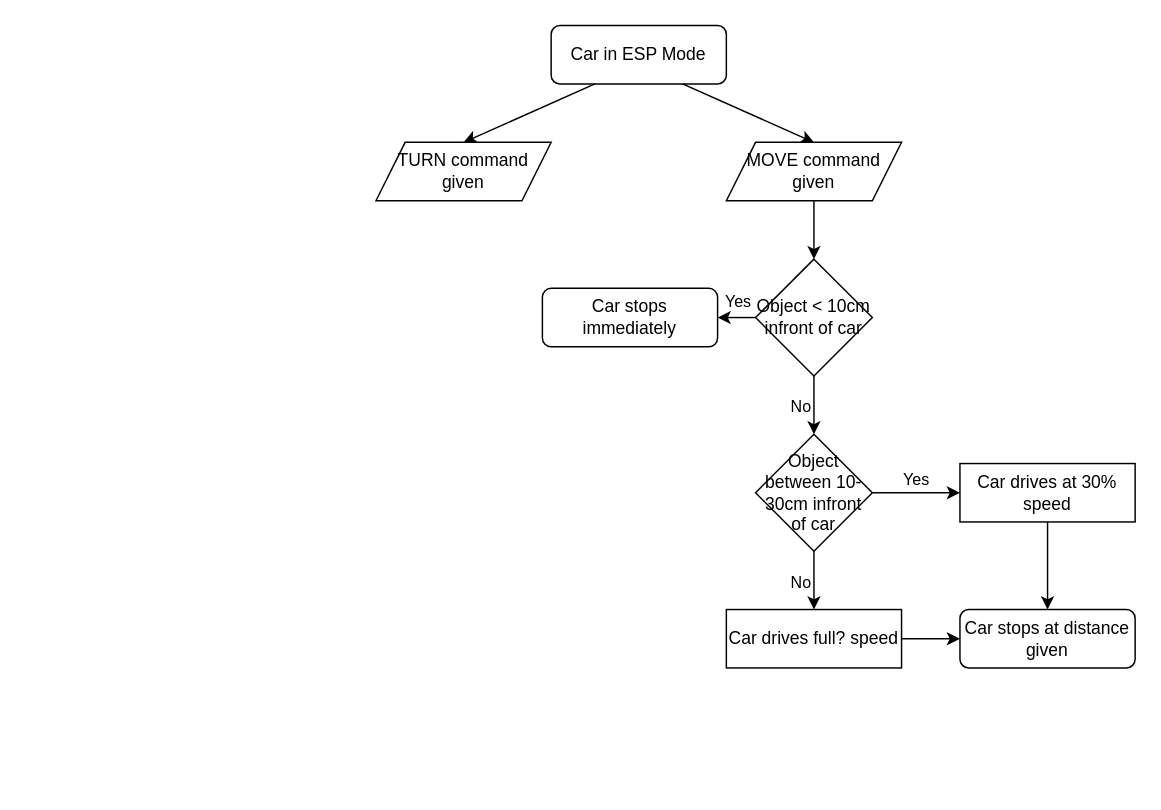
Earlier version of the draw.io diagram flowchart/flowchart_wip.drawio (ZackedBy/smart-vehicle). Source tidied: cells renumbered, new cells numbered last; positions are measured from the earlier drawing's top-left corner, leaving out a move shared by most shapes. Both pictures are drawn from the tidied source at 146%, with x=0, y=0 at pixel (375, 25).
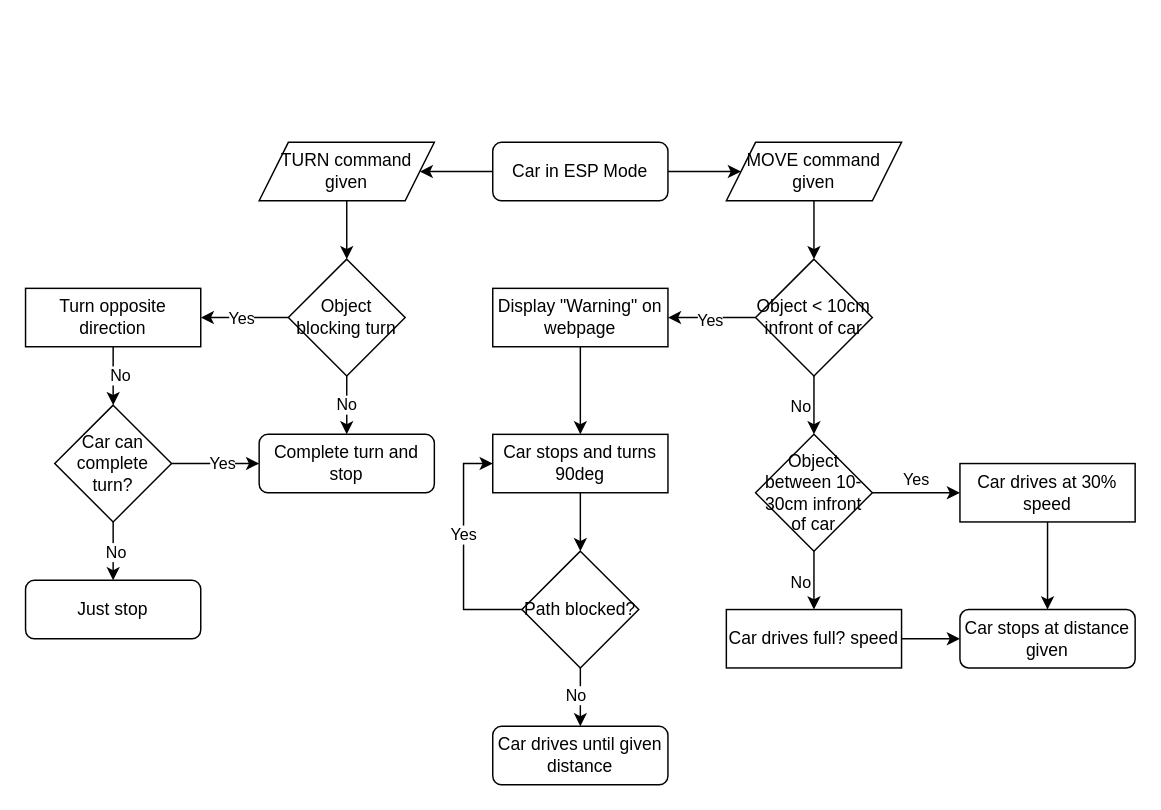
The same page after the edit.

Commit message (it also covers changes not shown here):
feat: flowchart complete

The change refers to these unchanged cells:
```xml
<mxCell id="4" value="MOVE command given" style="shape=parallelogram;perimeter=parallelogramPerimeter;whiteSpace=wrap;html=1;fixedSize=1;" parent="1" vertex="1">
  <mxGeometry x="240" y="80" width="120" height="40" as="geometry" />
</mxCell>
<mxCell id="7" value="&lt;div&gt;Object &amp;lt; 10cm&lt;/div&gt;&lt;div&gt;infront of car&lt;br&gt;&lt;/div&gt;" style="rhombus;whiteSpace=wrap;html=1;" parent="1" vertex="1">
  <mxGeometry x="260" y="160" width="80" height="80" as="geometry" />
</mxCell>
```

Diff of the diagram source:
```diff
@@
     <mxCell id="2" value="Car in ESP Mode" style="rounded=1;whiteSpace=wrap;html=1;" parent="1" vertex="1">
-      <mxGeometry x="120" width="120" height="40" as="geometry" />
+      <mxGeometry x="80" y="80" width="120" height="40" as="geometry" />
     </mxCell>
     <mxCell id="3" value="TURN command given" style="shape=parallelogram;perimeter=parallelogramPerimeter;whiteSpace=wrap;html=1;fixedSize=1;" parent="1" vertex="1">
-      <mxGeometry y="80" width="120" height="40" as="geometry" />
+      <mxGeometry x="-80" y="80" width="120" height="40" as="geometry" />
     </mxCell>
@@
-    <mxCell id="5" style="endArrow=classic;html=1;rounded=0;exitX=0.25;exitY=1;exitDx=0;exitDy=0;entryX=0.5;entryY=0;entryDx=0;entryDy=0;" parent="1" edge="1" source="2" target="3">
+    <mxCell id="5" style="endArrow=classic;html=1;rounded=0;exitX=0;exitY=0.5;exitDx=0;exitDy=0;entryX=1;entryY=0.5;entryDx=0;entryDy=0;" parent="1" edge="1" source="2" target="3">
       <mxGeometry relative="1" as="geometry" />
     </mxCell>
-    <mxCell id="6" style="endArrow=classic;html=1;rounded=0;exitX=0.75;exitY=1;exitDx=0;exitDy=0;entryX=0.5;entryY=0;entryDx=0;entryDy=0;" parent="1" edge="1" source="2" target="4">
+    <mxCell id="6" style="endArrow=classic;html=1;rounded=0;exitX=1;exitY=0.5;exitDx=0;exitDy=0;entryX=0;entryY=0.5;entryDx=0;entryDy=0;" parent="1" edge="1" source="2" target="4">
       <mxGeometry relative="1" as="geometry" />
     </mxCell>
@@
-    <mxCell id="8" style="endArrow=classic;html=1;rounded=0;exitX=0.5;exitY=1;exitDx=0;exitDy=0;entryX=0.5;entryY=0;entryDx=0;entryDy=0;" parent="1" edge="1" source="4" target="7">
-      <mxGeometry relative="1" as="geometry" />
-    </mxCell>
-    <mxCell id="9" value="Car stops immediately" style="rounded=1;whiteSpace=wrap;html=1;" parent="1" vertex="1">
-      <mxGeometry x="114" y="180" width="120" height="40" as="geometry" />
-    </mxCell>
-    <mxCell id="10" style="endArrow=classic;html=1;rounded=0;entryX=1;entryY=0.5;entryDx=0;entryDy=0;" parent="1" edge="1" target="9">
-      <mxGeometry relative="1" as="geometry">
-        <mxPoint x="260" y="200" as="sourcePoint" />
-      </mxGeometry>
-    </mxCell>
-    <mxCell id="11" value="Yes" style="edgeLabel;html=1;align=center;verticalAlign=middle;" parent="10" vertex="1">
-      <mxGeometry y="-1" relative="1" as="geometry">
-        <mxPoint y="-11" as="offset" />
-      </mxGeometry>
-    </mxCell>
@@
+    <mxCell id="24" value="Object blocking turn" style="rhombus;whiteSpace=wrap;html=1;" parent="1" vertex="1">
+      <mxGeometry x="-60" y="160" width="80" height="80" as="geometry" />
+    </mxCell>
+    <mxCell id="25" style="endArrow=classic;html=1;rounded=0;exitX=0.5;exitY=1;exitDx=0;exitDy=0;entryX=0.5;entryY=0;entryDx=0;entryDy=0;" parent="1" edge="1" source="3" target="24">
+      <mxGeometry relative="1" as="geometry" />
+    </mxCell>
+    <mxCell id="8" style="endArrow=classic;html=1;rounded=0;exitX=0.5;exitY=1;exitDx=0;exitDy=0;entryX=0.5;entryY=0;entryDx=0;entryDy=0;" parent="1" edge="1" source="4" target="7">
+      <mxGeometry relative="1" as="geometry" />
+    </mxCell>
+    <mxCell id="26" value="Complete turn and stop" style="rounded=1;whiteSpace=wrap;html=1;" parent="1" vertex="1">
+      <mxGeometry x="-80" y="280" width="120" height="40" as="geometry" />
+    </mxCell>
+    <mxCell id="27" style="endArrow=classic;html=1;rounded=0;exitX=0;exitY=0.5;exitDx=0;exitDy=0;entryX=1;entryY=0.5;entryDx=0;entryDy=0;" parent="1" edge="1" source="7" target="30">
+      <mxGeometry relative="1" as="geometry" />
+    </mxCell>
+    <mxCell id="28" value="&lt;div&gt;Yes&lt;/div&gt;" style="edgeLabel;html=1;align=center;verticalAlign=middle;" parent="27" vertex="1">
+      <mxGeometry x="0.07" y="1" relative="1" as="geometry" />
+    </mxCell>
+    <mxCell id="29" value="Car stops and turns 90deg" style="rounded=0;whiteSpace=wrap;html=1;" parent="1" vertex="1">
+      <mxGeometry x="80" y="280" width="120" height="40" as="geometry" />
+    </mxCell>
+    <mxCell id="30" value="Display &quot;Warning&quot; on webpage" style="rounded=0;whiteSpace=wrap;html=1;" parent="1" vertex="1">
+      <mxGeometry x="80" y="180" width="120" height="40" as="geometry" />
+    </mxCell>
+    <mxCell id="31" style="endArrow=classic;html=1;rounded=0;exitX=0.5;exitY=1;exitDx=0;exitDy=0;entryX=0.5;entryY=0;entryDx=0;entryDy=0;" parent="1" edge="1" source="24" target="26">
+      <mxGeometry relative="1" as="geometry" />
+    </mxCell>
+    <mxCell id="32" value="No" style="edgeLabel;html=1;align=center;verticalAlign=middle;" parent="31" vertex="1">
+      <mxGeometry x="-0.07" y="-1" relative="1" as="geometry" />
+    </mxCell>
+    <mxCell id="33" value="Path blocked?" style="rhombus;whiteSpace=wrap;html=1;" parent="1" vertex="1">
+      <mxGeometry x="100" y="360" width="80" height="80" as="geometry" />
+    </mxCell>
+    <mxCell id="34" value="Car drives until given distance" style="rounded=1;whiteSpace=wrap;html=1;" parent="1" vertex="1">
+      <mxGeometry x="80" y="480" width="120" height="40" as="geometry" />
+    </mxCell>
+    <mxCell id="35" style="endArrow=classic;html=1;rounded=0;exitX=0.5;exitY=1;exitDx=0;exitDy=0;entryX=0.5;entryY=0;entryDx=0;entryDy=0;" parent="1" edge="1" source="33" target="34">
+      <mxGeometry relative="1" as="geometry" />
+    </mxCell>
+    <mxCell id="36" value="No" style="edgeLabel;html=1;align=center;verticalAlign=middle;" parent="35" vertex="1">
+      <mxGeometry x="-0.1" y="-4" relative="1" as="geometry" />
+    </mxCell>
+    <mxCell id="37" style="endArrow=classic;html=1;rounded=0;exitX=0.5;exitY=1;exitDx=0;exitDy=0;entryX=0.5;entryY=0;entryDx=0;entryDy=0;" parent="1" edge="1" source="29" target="33">
+      <mxGeometry relative="1" as="geometry" />
+    </mxCell>
+    <mxCell id="38" style="endArrow=classic;html=1;rounded=0;exitX=0.5;exitY=1;exitDx=0;exitDy=0;entryX=0.5;entryY=0;entryDx=0;entryDy=0;" parent="1" edge="1" source="30" target="29">
+      <mxGeometry relative="1" as="geometry" />
+    </mxCell>
+    <mxCell id="39" style="endArrow=classic;html=1;rounded=0;exitX=0;exitY=0.5;exitDx=0;exitDy=0;entryX=0;entryY=0.5;entryDx=0;entryDy=0;" parent="1" edge="1" source="33" target="29">
+      <mxGeometry relative="1" as="geometry">
+        <Array as="points">
+          <mxPoint x="60" y="400" />
+          <mxPoint x="60" y="300" />
+        </Array>
+      </mxGeometry>
+    </mxCell>
+    <mxCell id="40" value="Yes" style="edgeLabel;html=1;align=center;verticalAlign=middle;" parent="39" vertex="1">
+      <mxGeometry x="0.15" y="1" relative="1" as="geometry" />
+    </mxCell>
+    <mxCell id="41" style="endArrow=classic;html=1;rounded=0;exitX=0;exitY=0.5;exitDx=0;exitDy=0;entryX=1;entryY=0.5;entryDx=0;entryDy=0;" parent="1" edge="1" source="24" target="43">
+      <mxGeometry relative="1" as="geometry" />
+    </mxCell>
+    <mxCell id="42" value="Yes" style="edgeLabel;html=1;align=center;verticalAlign=middle;" parent="41" vertex="1">
+      <mxGeometry x="0.1" relative="1" as="geometry" />
+    </mxCell>
+    <mxCell id="43" value="Turn opposite direction" style="rounded=0;whiteSpace=wrap;html=1;" parent="1" vertex="1">
+      <mxGeometry x="-240" y="180" width="120" height="40" as="geometry" />
+    </mxCell>
+    <mxCell id="44" value="Car can complete turn?" style="rhombus;whiteSpace=wrap;html=1;" parent="1" vertex="1">
+      <mxGeometry x="-220" y="260" width="80" height="80" as="geometry" />
+    </mxCell>
+    <mxCell id="45" style="endArrow=classic;html=1;rounded=0;exitX=1;exitY=0.5;exitDx=0;exitDy=0;entryX=0;entryY=0.5;entryDx=0;entryDy=0;" parent="1" edge="1" source="44" target="26">
+      <mxGeometry relative="1" as="geometry" />
+    </mxCell>
+    <mxCell id="46" value="Yes" style="edgeLabel;html=1;align=center;verticalAlign=middle;" parent="45" vertex="1">
+      <mxGeometry x="0.13" y="1" relative="1" as="geometry" />
+    </mxCell>
+    <mxCell id="47" style="endArrow=classic;html=1;rounded=0;exitX=0.5;exitY=1;exitDx=0;exitDy=0;entryX=0.5;entryY=0;entryDx=0;entryDy=0;" parent="1" edge="1" source="43" target="44">
+      <mxGeometry relative="1" as="geometry" />
+    </mxCell>
+    <mxCell id="48" value="No" style="edgeLabel;html=1;align=center;verticalAlign=middle;" parent="47" vertex="1">
+      <mxGeometry x="-0.05" y="4" relative="1" as="geometry" />
+    </mxCell>
+    <mxCell id="49" value="Just stop" style="rounded=1;whiteSpace=wrap;html=1;" parent="1" vertex="1">
+      <mxGeometry x="-240" y="380" width="120" height="40" as="geometry" />
+    </mxCell>
+    <mxCell id="50" style="endArrow=classic;html=1;rounded=0;exitX=0.5;exitY=1;exitDx=0;exitDy=0;entryX=0.5;entryY=0;entryDx=0;entryDy=0;" parent="1" edge="1" source="44" target="49">
+      <mxGeometry relative="1" as="geometry" />
+    </mxCell>
+    <mxCell id="51" value="No" style="edgeLabel;html=1;align=center;verticalAlign=middle;" parent="50" vertex="1">
+      <mxGeometry y="1" relative="1" as="geometry" />
+    </mxCell>
```
